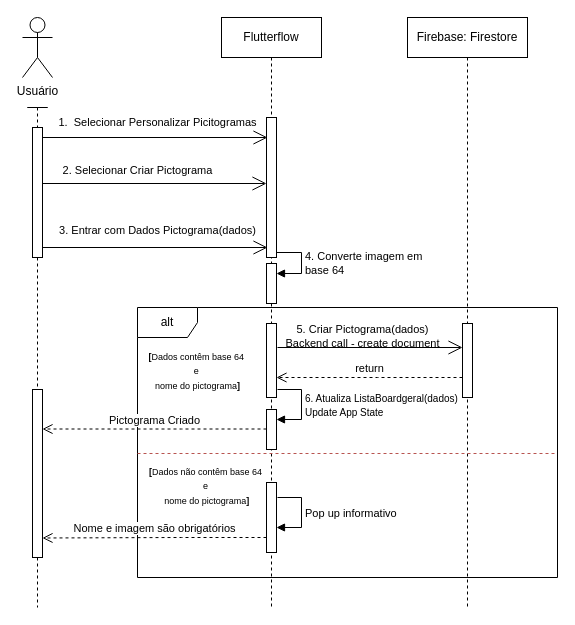
Papuguinho/Papuguinho-diagrams keeps this draw.io diagram as diagrams/sequenciaCriarPictograma.drawio. Above is the earlier version. Source tidied: cells renumbered, new cells numbered last; positions are measured from the earlier drawing's top-left corner, leaving out a move shared by most shapes. Both pictures are drawn from the tidied source at 100%, with x=0, y=0 at pixel (22, 17).
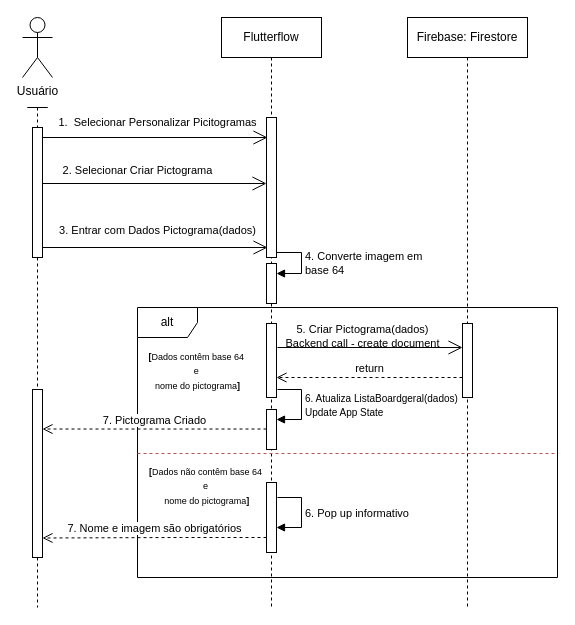
After the change.

The change refers to these unchanged cells:
```xml
<mxCell id="11" style="html=1;points=[[0,0,0,0,5],[0,1,0,0,-5],[1,0,0,0,5],[1,1,0,0,-5]];perimeter=orthogonalPerimeter;outlineConnect=0;targetShapes=umlLifeline;portConstraint=eastwest;newEdgeStyle={&quot;curved&quot;:0,&quot;rounded&quot;:0};" parent="9" vertex="1">
  <mxGeometry x="5" y="282" width="10" height="168" as="geometry" />
</mxCell>
```

What changed in the source:
```diff
@@
-    <mxCell id="28" value="Pictograma Criado" style="html=1;verticalAlign=bottom;endArrow=open;dashed=1;endSize=8;curved=0;rounded=0;" parent="1" edge="1" target="11">
+    <mxCell id="28" value="7. Pictograma Criado" style="html=1;verticalAlign=bottom;endArrow=open;dashed=1;endSize=8;curved=0;rounded=0;" parent="1" edge="1" target="11">
       <mxGeometry relative="1" as="geometry">
         <mxPoint x="244" y="411.5" as="sourcePoint" />
         <Array as="points">
           <mxPoint x="159" y="411.5" />
         </Array>
       </mxGeometry>
     </mxCell>
@@
-    <mxCell id="30" value="Pop up informativo" style="html=1;align=left;spacingLeft=2;endArrow=block;rounded=0;edgeStyle=orthogonalEdgeStyle;curved=0;rounded=0;" parent="1" edge="1">
+    <mxCell id="30" value="6. Pop up informativo" style="html=1;align=left;spacingLeft=2;endArrow=block;rounded=0;edgeStyle=orthogonalEdgeStyle;curved=0;rounded=0;" parent="1" edge="1">
       <mxGeometry relative="1" as="geometry">
         <mxPoint x="255" y="480" as="sourcePoint" />
         <mxPoint x="254" y="510" as="targetPoint" />
         <Array as="points">
           <mxPoint x="279" y="510" />
         </Array>
       </mxGeometry>
     </mxCell>
-    <mxCell id="31" value="Nome e imagem são obrigatórios" style="html=1;verticalAlign=bottom;endArrow=open;dashed=1;endSize=8;curved=0;rounded=0;" parent="1" edge="1">
+    <mxCell id="31" value="7. Nome e imagem são obrigatórios" style="html=1;verticalAlign=bottom;endArrow=open;dashed=1;endSize=8;curved=0;rounded=0;" parent="1" edge="1">
       <mxGeometry relative="1" as="geometry">
         <mxPoint x="244" y="520" as="sourcePoint" />
         <mxPoint x="20" y="520.5" as="targetPoint" />
         <Array as="points">
           <mxPoint x="159" y="520" />
         </Array>
       </mxGeometry>
     </mxCell>
```
